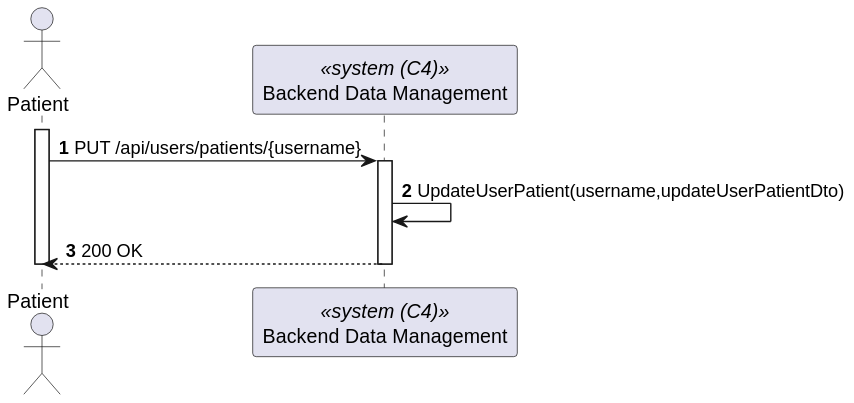
1220846/sem5pi-24-25-3ddg20 keeps this PlantUML diagram as docs/sprint-a/us-5.1.4/views/level2/process-view.svg. Above is the earlier version.
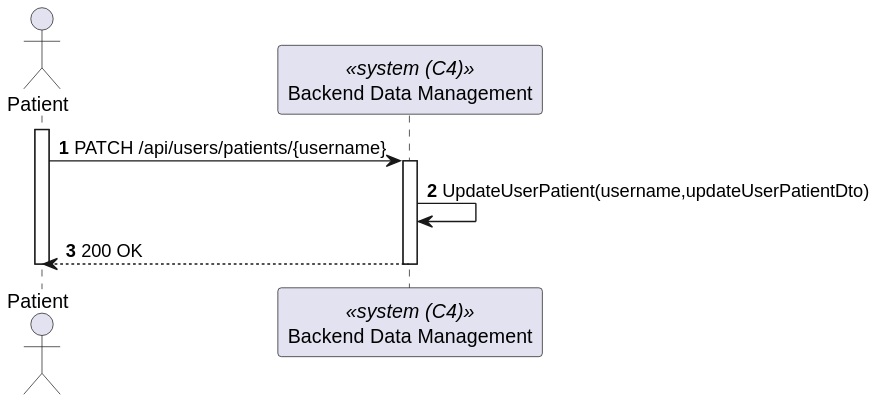
After the commit.

What changed in the source:
```diff
@@ -5,7 +5,7 @@
 participant BackendDataManagement as "Backend Data Management" <<system (C4)>>
 
 activate Patient
-    Patient -> BackendDataManagement : PUT /api/users/patients/{username}
+    Patient -> BackendDataManagement : PATCH /api/users/patients/{username}
     activate BackendDataManagement
 
         BackendDataManagement -> BackendDataManagement : UpdateUserPatient(username,updateUserPatientDto)
```
